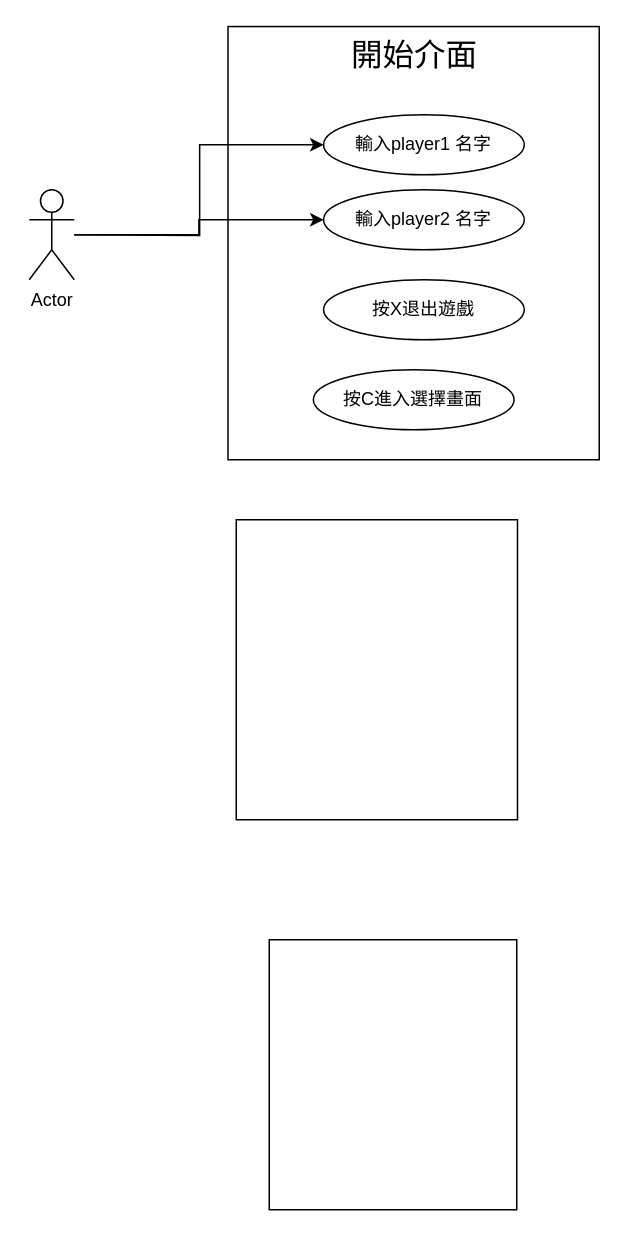
Earlier version of the draw.io diagram Untitled Diagram.drawio (CHUN983/nuk_assembly_project). Source tidied: cells renumbered, new cells numbered last; positions are measured from the earlier drawing's top-left corner, leaving out a move shared by most shapes. Both pictures are drawn from the tidied source at 150%, with x=0, y=0 at pixel (28, 26).
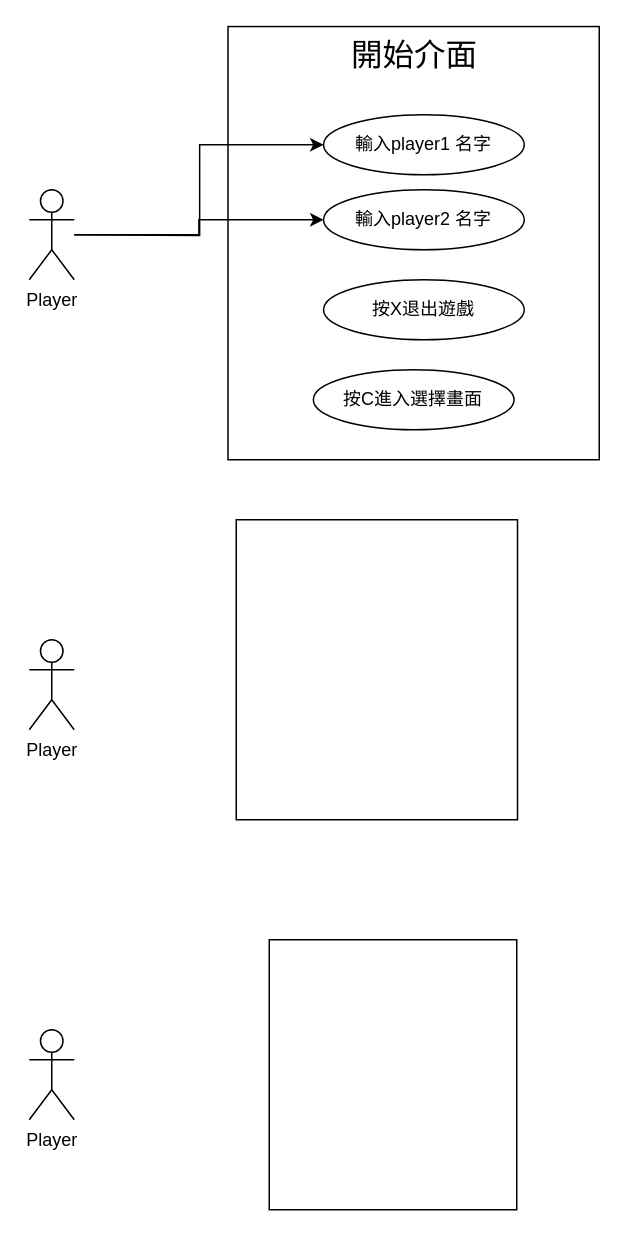
The same diagram, later.

The edit, as a diff of the source:
```diff
@@
 <mxGraphModel>
   <root>
     <mxCell id="0" />
     <mxCell id="1" parent="0" />
     <mxCell id="2" value="&lt;font style=&quot;font-size: 21px;&quot;&gt;開始介面&lt;/font&gt;&lt;div style=&quot;font-size: 21px;&quot;&gt;&lt;br&gt;&lt;/div&gt;" style="rounded=0;whiteSpace=wrap;html=1;verticalAlign=top;" parent="1" vertex="1">
       <mxGeometry x="132.5" y="0.2" width="247.5" height="288.8" as="geometry" />
     </mxCell>
     <mxCell id="3" style="edgeStyle=orthogonalEdgeStyle;rounded=0;jettySize=auto;html=1;entryX=0;entryY=0.5;entryDx=0;entryDy=0;" parent="1" edge="1" target="9">
       <mxGeometry relative="1" as="geometry">
         <mxPoint x="30" y="139" as="sourcePoint" />
       </mxGeometry>
     </mxCell>
     <mxCell id="4" style="edgeStyle=orthogonalEdgeStyle;rounded=0;jettySize=auto;html=1;entryX=0;entryY=0.5;entryDx=0;entryDy=0;" parent="1" edge="1" source="5" target="8">
       <mxGeometry relative="1" as="geometry" />
     </mxCell>
-    <mxCell id="5" value="Actor" style="shape=umlActor;verticalLabelPosition=bottom;verticalAlign=top;html=1;outlineConnect=0;" parent="1" vertex="1">
+    <mxCell id="5" value="Player" style="shape=umlActor;verticalLabelPosition=bottom;verticalAlign=top;html=1;outlineConnect=0;" parent="1" vertex="1">
       <mxGeometry y="109" width="30" height="60" as="geometry" />
     </mxCell>
     <mxCell id="6" style="rounded=0;whiteSpace=wrap;html=1;" parent="1" vertex="1">
       <mxGeometry x="138" y="329" width="187.5" height="200" as="geometry" />
     </mxCell>
     <mxCell id="7" style="rounded=0;whiteSpace=wrap;html=1;" parent="1" vertex="1">
       <mxGeometry x="160" y="609" width="165" height="180" as="geometry" />
     </mxCell>
     <mxCell id="8" value="輸入player2&lt;span style=&quot;background-color: initial;&quot;&gt;&amp;nbsp;名字&lt;/span&gt;" style="ellipse;whiteSpace=wrap;html=1;" parent="1" vertex="1">
       <mxGeometry x="196.2" y="109" width="133.8" height="40" as="geometry" />
     </mxCell>
     <mxCell id="9" value="輸入player1 名字" style="ellipse;whiteSpace=wrap;html=1;" parent="1" vertex="1">
       <mxGeometry x="196.2" y="59" width="133.8" height="40" as="geometry" />
     </mxCell>
     <mxCell id="10" value="按C進入選擇畫面" style="ellipse;whiteSpace=wrap;html=1;" parent="1" vertex="1">
       <mxGeometry x="189.4" y="229" width="133.8" height="40" as="geometry" />
     </mxCell>
     <mxCell id="11" value="按X退出遊戲" style="ellipse;whiteSpace=wrap;html=1;" parent="1" vertex="1">
       <mxGeometry x="196.2" y="169" width="133.8" height="40" as="geometry" />
     </mxCell>
+    <mxCell id="12" value="Player" style="shape=umlActor;verticalLabelPosition=bottom;verticalAlign=top;html=1;" parent="1" vertex="1">
+      <mxGeometry y="409" width="30" height="60" as="geometry" />
+    </mxCell>
+    <mxCell id="13" value="Player" style="shape=umlActor;verticalLabelPosition=bottom;verticalAlign=top;html=1;" parent="1" vertex="1">
+      <mxGeometry y="669" width="30" height="60" as="geometry" />
+    </mxCell>
   </root>
 </mxGraphModel>
```
